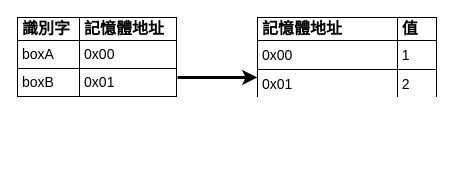
This is source/_drafts/iron-2020-new/draw/2-3-declare-1-3.drawio from shawnlin0201/shawnlin0201.github.io, a draw.io file, before an edit. Source tidied: cells renumbered, new cells numbered last; positions are measured from the earlier drawing's top-left corner, leaving out a move shared by most shapes. Both pictures are drawn from the tidied source at 100%, with x=0, y=0 at pixel (17, 17).
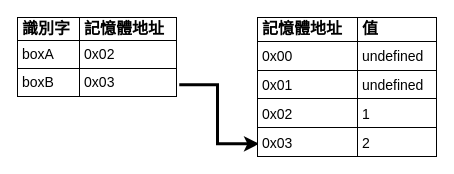
Above is the later version.

The edit, as a diff of the source:
```diff
@@
 <mxGraphModel>
   <root>
     <mxCell id="0" />
     <mxCell id="1" parent="0" />
-    <mxCell id="2" style="edgeStyle=orthogonalEdgeStyle;rounded=0;jettySize=auto;html=1;exitX=1;exitY=0.75;exitDx=0;exitDy=0;entryX=0;entryY=0.75;entryDx=0;entryDy=0;strokeWidth=3;" parent="1" edge="1" source="3" target="4">
+    <mxCell id="2" style="edgeStyle=orthogonalEdgeStyle;rounded=0;jettySize=auto;html=1;exitX=1.011;exitY=0.84;exitDx=0;exitDy=0;entryX=0.01;entryY=0.902;entryDx=0;entryDy=0;strokeWidth=3;entryPerimeter=0;exitPerimeter=0;" parent="1" edge="1" source="3" target="4">
       <mxGeometry relative="1" as="geometry" />
     </mxCell>
-    <mxCell id="3" value="&lt;table cellpadding=&quot;4&quot; cellspacing=&quot;0&quot; style=&quot;width: 100% ; height: 100% ; border: 1px solid rgb(0 , 0 , 0) ; border-collapse: collapse ; font-size: 14px ; background-color: rgb(255 , 255 , 255)&quot; border=&quot;1&quot;&gt;&lt;tbody&gt;&lt;tr style=&quot;line-height: 90%&quot;&gt;&lt;th&gt;&lt;font style=&quot;font-size: 16px&quot; color=&quot;#000000&quot;&gt;識別字&lt;/font&gt;&lt;/th&gt;&lt;th&gt;&lt;font style=&quot;font-size: 16px&quot; color=&quot;#000000&quot;&gt;記憶體地址&lt;/font&gt;&lt;/th&gt;&lt;/tr&gt;&lt;tr&gt;&lt;td&gt;&lt;font style=&quot;font-size: 14px&quot; color=&quot;#000000&quot;&gt;boxA&lt;/font&gt;&lt;/td&gt;&lt;td&gt;&lt;font style=&quot;font-size: 14px&quot; color=&quot;#000000&quot;&gt;0x00&lt;/font&gt;&lt;/td&gt;&lt;/tr&gt;&lt;tr&gt;&lt;td&gt;&lt;font color=&quot;#000000&quot; style=&quot;font-size: 14px&quot;&gt;&lt;span&gt;boxB&lt;/span&gt;&lt;br&gt;&lt;/font&gt;&lt;/td&gt;&lt;td&gt;&lt;font color=&quot;#000000&quot; style=&quot;font-size: 14px&quot;&gt;0x01&lt;/font&gt;&lt;/td&gt;&lt;/tr&gt;&lt;/tbody&gt;&lt;/table&gt; " style="verticalAlign=top;align=left;overflow=fill;fontSize=15;fontFamily=正黑體;html=1;strokeWidth=3;strokeColor=none;fillColor=none;" parent="1" vertex="1">
+    <mxCell id="3" value="&lt;table cellpadding=&quot;4&quot; cellspacing=&quot;0&quot; style=&quot;width: 100% ; height: 100% ; border: 1px solid rgb(0 , 0 , 0) ; border-collapse: collapse ; font-size: 14px ; background-color: rgb(255 , 255 , 255)&quot; border=&quot;1&quot;&gt;&lt;tbody&gt;&lt;tr style=&quot;line-height: 90%&quot;&gt;&lt;th&gt;&lt;font style=&quot;font-size: 16px&quot; color=&quot;#000000&quot;&gt;識別字&lt;/font&gt;&lt;/th&gt;&lt;th&gt;&lt;font style=&quot;font-size: 16px&quot; color=&quot;#000000&quot;&gt;記憶體地址&lt;/font&gt;&lt;/th&gt;&lt;/tr&gt;&lt;tr&gt;&lt;td&gt;&lt;font style=&quot;font-size: 14px&quot; color=&quot;#000000&quot;&gt;boxA&lt;/font&gt;&lt;/td&gt;&lt;td&gt;&lt;font style=&quot;font-size: 14px&quot; color=&quot;#000000&quot;&gt;0x02&lt;/font&gt;&lt;/td&gt;&lt;/tr&gt;&lt;tr&gt;&lt;td&gt;&lt;font color=&quot;#000000&quot; style=&quot;font-size: 14px&quot;&gt;&lt;span&gt;boxB&lt;/span&gt;&lt;br&gt;&lt;/font&gt;&lt;/td&gt;&lt;td&gt;&lt;font color=&quot;#000000&quot; style=&quot;font-size: 14px&quot;&gt;0x03&lt;/font&gt;&lt;/td&gt;&lt;/tr&gt;&lt;/tbody&gt;&lt;/table&gt; " style="verticalAlign=top;align=left;overflow=fill;fontSize=15;fontFamily=正黑體;html=1;strokeWidth=3;strokeColor=none;fillColor=none;" parent="1" vertex="1">
       <mxGeometry width="160" height="80" as="geometry" />
     </mxCell>
-    <mxCell id="4" value="&lt;table cellpadding=&quot;4&quot; cellspacing=&quot;0&quot; style=&quot;width: 100% ; height: 100% ; border: 1px solid rgb(0 , 0 , 0) ; border-collapse: collapse ; background-color: rgb(255 , 255 , 255) ; font-size: 14px&quot; border=&quot;1&quot;&gt;&lt;tbody style=&quot;font-size: 16px&quot;&gt;&lt;tr style=&quot;line-height: 90%&quot;&gt;&lt;th&gt;&lt;span&gt;&lt;font style=&quot;font-size: 16px&quot;&gt;記憶體地址&lt;br&gt;&lt;/font&gt;&lt;/span&gt;&lt;/th&gt;&lt;th&gt;&lt;span&gt;&lt;font style=&quot;font-size: 16px&quot;&gt;值&lt;/font&gt;&lt;/span&gt;&lt;/th&gt;&lt;/tr&gt;&lt;tr&gt;&lt;td&gt;&lt;span&gt;&lt;font style=&quot;font-size: 14px&quot;&gt;0x00&lt;br&gt;&lt;/font&gt;&lt;/span&gt;&lt;/td&gt;&lt;td&gt;&lt;font style=&quot;font-size: 14px&quot;&gt;1&lt;/font&gt;&lt;/td&gt;&lt;/tr&gt;&lt;tr&gt;&lt;td&gt;&lt;font style=&quot;font-size: 14px&quot;&gt;0x01&lt;/font&gt;&lt;/td&gt;&lt;td&gt;&lt;font style=&quot;font-size: 14px&quot;&gt;2&lt;br&gt;&lt;/font&gt;&lt;/td&gt;&lt;/tr&gt;&lt;/tbody&gt;&lt;/table&gt; " style="verticalAlign=top;align=left;overflow=fill;fontSize=12;fontFamily=正黑體;html=1;strokeWidth=3;fillColor=none;strokeColor=none;fontColor=#000000;" parent="1" vertex="1">
-      <mxGeometry x="240" width="180" height="80" as="geometry" />
+    <mxCell id="4" value="&lt;table cellpadding=&quot;4&quot; cellspacing=&quot;0&quot; style=&quot;width: 100% ; height: 100% ; border: 1px solid rgb(0 , 0 , 0) ; border-collapse: collapse ; background-color: rgb(255 , 255 , 255) ; font-size: 14px&quot; border=&quot;1&quot;&gt;&lt;tbody style=&quot;font-size: 16px&quot;&gt;&lt;tr style=&quot;line-height: 90%&quot;&gt;&lt;th&gt;&lt;span&gt;&lt;font style=&quot;font-size: 16px&quot;&gt;記憶體地址&lt;br&gt;&lt;/font&gt;&lt;/span&gt;&lt;/th&gt;&lt;th&gt;&lt;span&gt;&lt;font style=&quot;font-size: 16px&quot;&gt;值&lt;/font&gt;&lt;/span&gt;&lt;/th&gt;&lt;/tr&gt;&lt;tr&gt;&lt;td&gt;&lt;span&gt;&lt;font style=&quot;font-size: 14px&quot;&gt;0x00&lt;br&gt;&lt;/font&gt;&lt;/span&gt;&lt;/td&gt;&lt;td&gt;&lt;span style=&quot;font-size: 14px&quot;&gt;undefined&lt;/span&gt;&lt;/td&gt;&lt;/tr&gt;&lt;tr&gt;&lt;td&gt;&lt;font style=&quot;font-size: 14px&quot;&gt;0x01&lt;/font&gt;&lt;/td&gt;&lt;td&gt;&lt;font style=&quot;font-size: 14px&quot;&gt;undefined&lt;br&gt;&lt;/font&gt;&lt;/td&gt;&lt;/tr&gt;&lt;tr&gt;&lt;td&gt;&lt;span style=&quot;font-size: 14px&quot;&gt;0x02&lt;/span&gt;&lt;br&gt;&lt;/td&gt;&lt;td&gt;&lt;span style=&quot;font-size: 14px&quot;&gt;1&lt;/span&gt;&lt;/td&gt;&lt;/tr&gt;&lt;tr&gt;&lt;td&gt;&lt;span style=&quot;font-size: 14px&quot;&gt;0x03&lt;/span&gt;&lt;br&gt;&lt;/td&gt;&lt;td&gt;&lt;span style=&quot;font-size: 14px&quot;&gt;2&lt;/span&gt;&lt;/td&gt;&lt;/tr&gt;&lt;/tbody&gt;&lt;/table&gt; " style="verticalAlign=top;align=left;overflow=fill;fontSize=12;fontFamily=正黑體;html=1;strokeWidth=3;fillColor=none;strokeColor=none;fontColor=#000000;" parent="1" vertex="1">
+      <mxGeometry x="240" width="180" height="140" as="geometry" />
     </mxCell>
   </root>
 </mxGraphModel>
```
